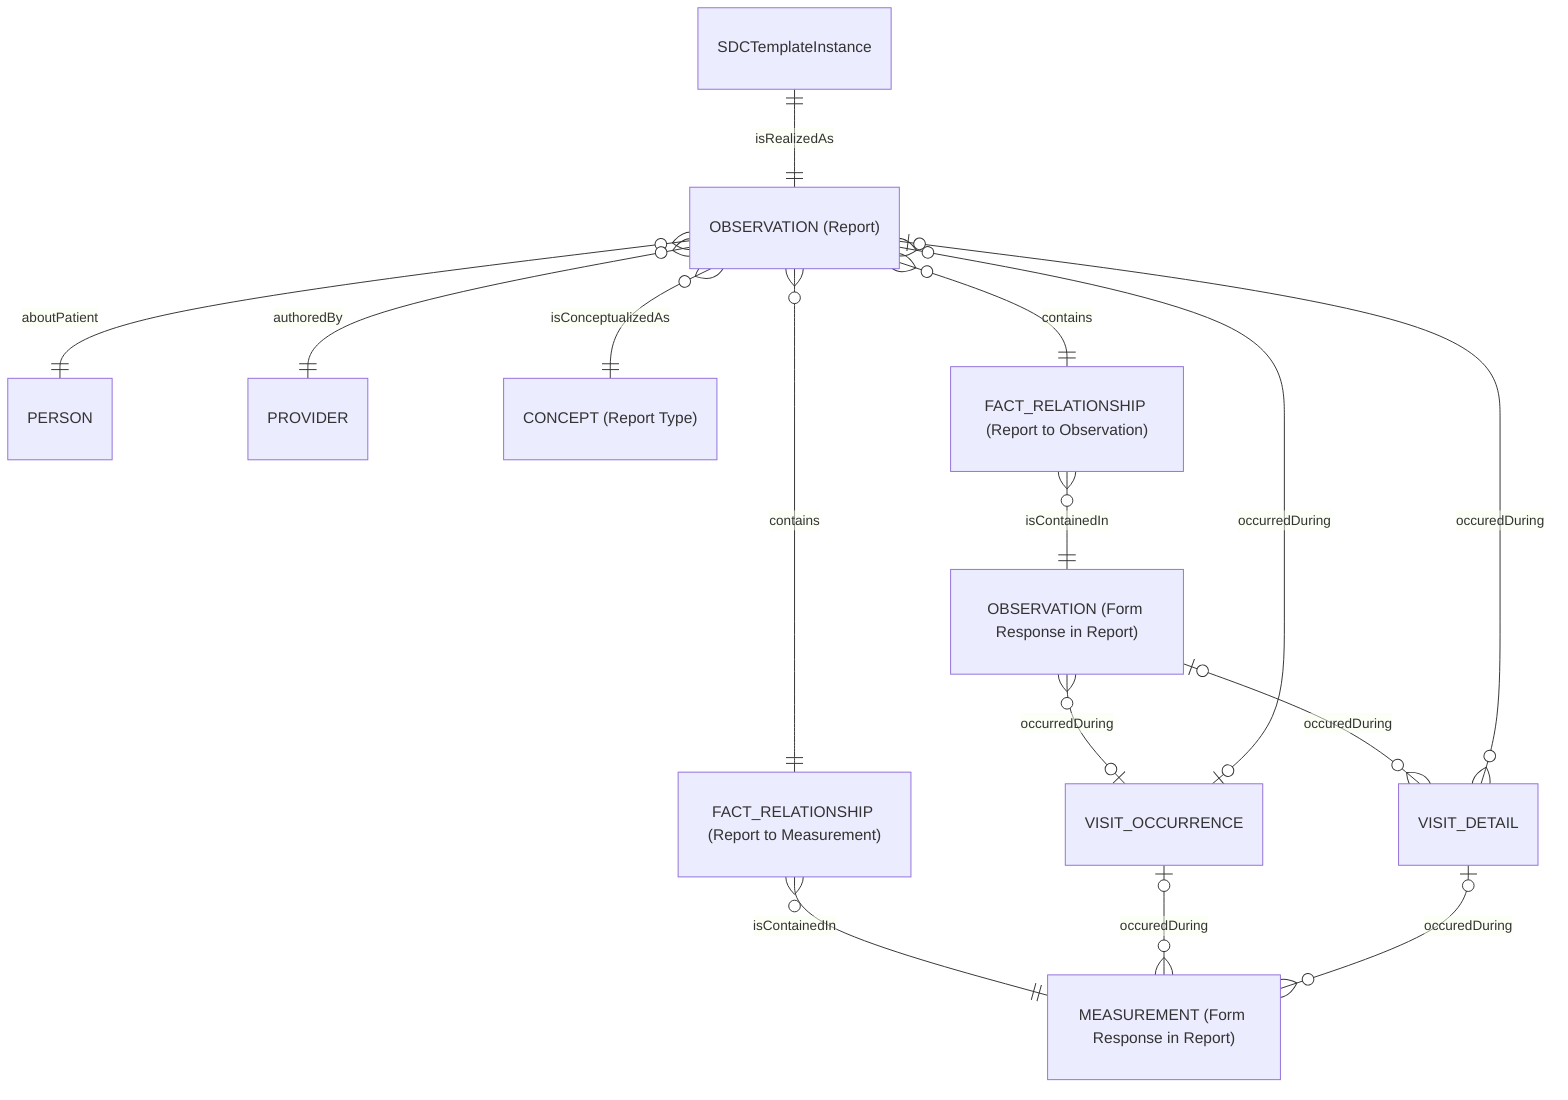
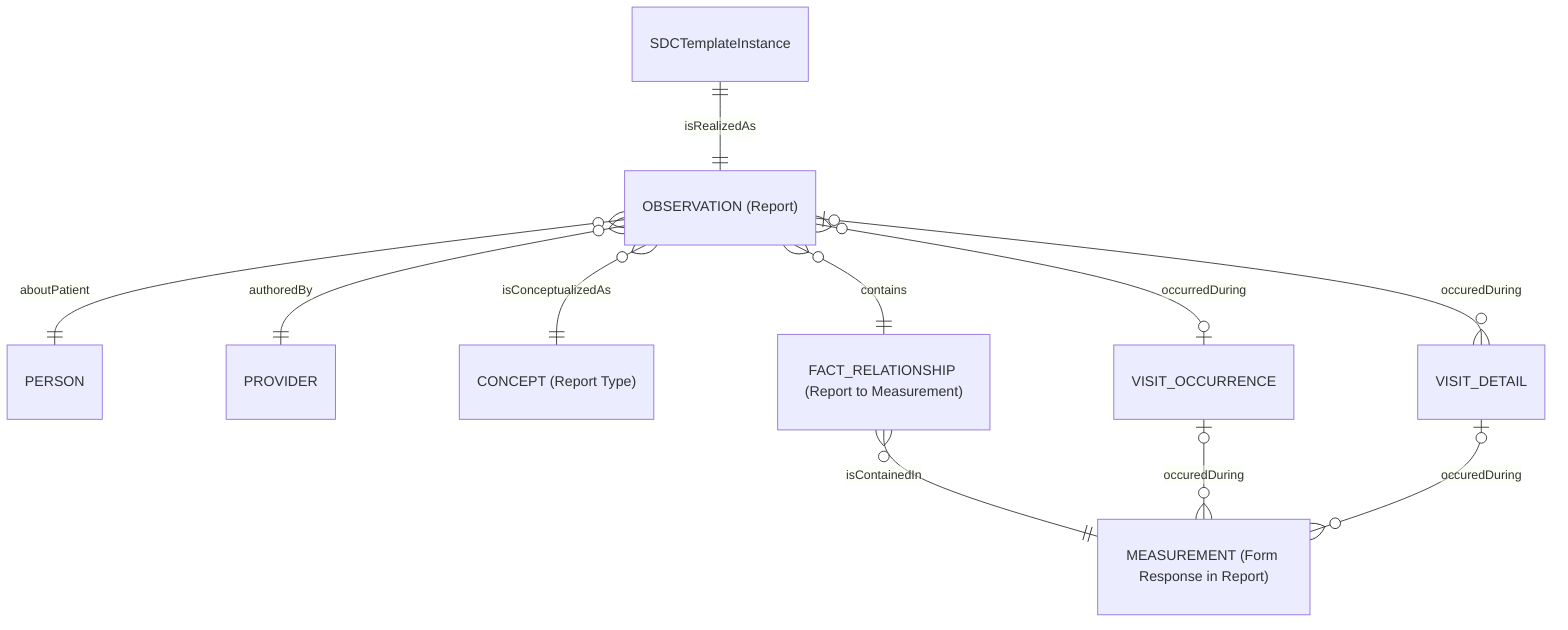
erDiagram

    OBSERVATION ["OBSERVATION (Report)"]
-     OBSERVATION_OTHER ["OBSERVATION (Form Response in Report)"]
+     %% OBSERVATION_OTHER ["OBSERVATION (Form Response in Report)"]
    MEASUREMENT ["MEASUREMENT (Form Response in Report)"]
    PERSON
    PROVIDER
    CONCEPT ["CONCEPT (Report Type)"]
-     FACT_RELATIONSHIP_OBS ["FACT_RELATIONSHIP (Report to Observation)"]
+     %% FACT_RELATIONSHIP_OBS ["FACT_RELATIONSHIP (Report to Observation)"]
    %%  {
    %%   INT domain_concept_id_1 FK "Observation (Report)"
    %%   INT fact_id_1  "observation_id_1"
    %%   INT domain_concept_id_2 FK "Observation (Contained in Report)"
    %%   INT fact_id_2 "observation_id_2"
    %%   VARCHAR relationship_concept_id FK "Observation that is contained within a Report"
    %% }
    FACT_RELATIONSHIP_MEAS ["FACT_RELATIONSHIP (Report to Measurement)"]
    %% {
    %%   INT domain_concept_id_1 FK "Observation (Report)"
    %%   INT fact_id_1  "observation_id_1"
    %%   INT domain_concept_id_2 FK "Measurement (Contained in Report)"
    %%   INT fact_id_2 "measurement_id_1"
    %%   VARCHAR relationship_concept_id FK "Measurement that is contained within a Report"
    %% }
    VISIT_OCCURRENCE
    VISIT_DETAIL
    SDCTemplateInstance

    OBSERVATION }o--|| PERSON : aboutPatient
    OBSERVATION }o--|| PROVIDER : authoredBy
-     OBSERVATION_OTHER }o--o| VISIT_OCCURRENCE : occurredDuring
-     OBSERVATION_OTHER |o--o{  VISIT_DETAIL : occuredDuring
+     %% OBSERVATION_OTHER }o--o| VISIT_OCCURRENCE : occurredDuring
+     %% OBSERVATION_OTHER |o--o{  VISIT_DETAIL : occuredDuring
    OBSERVATION }o--o| VISIT_OCCURRENCE : occurredDuring
    OBSERVATION |o--o{  VISIT_DETAIL : occuredDuring
    FACT_RELATIONSHIP_MEAS }o--|| MEASUREMENT : "isContainedIn"
-     FACT_RELATIONSHIP_OBS }o--|| OBSERVATION_OTHER : "isContainedIn"
+     %% FACT_RELATIONSHIP_OBS }o--|| OBSERVATION_OTHER : "isContainedIn"
    %% MEASUREMENT }o--o| VISIT_OCCURRENCE : occurredDuring
    VISIT_OCCURRENCE |o--o{  MEASUREMENT : occuredDuring
    %% MEASUREMENT |o--o{  VISIT_DETAIL : occuredDuring
    VISIT_DETAIL |o--o{  MEASUREMENT : occuredDuring
    OBSERVATION }o--|| CONCEPT : "isConceptualizedAs"
-     OBSERVATION }o--|| FACT_RELATIONSHIP_OBS : "contains"
+     %% OBSERVATION }o--|| FACT_RELATIONSHIP_OBS : "contains"
    OBSERVATION }o--|| FACT_RELATIONSHIP_MEAS : "contains"
    SDCTemplateInstance ||--|| OBSERVATION : "isRealizedAs"

